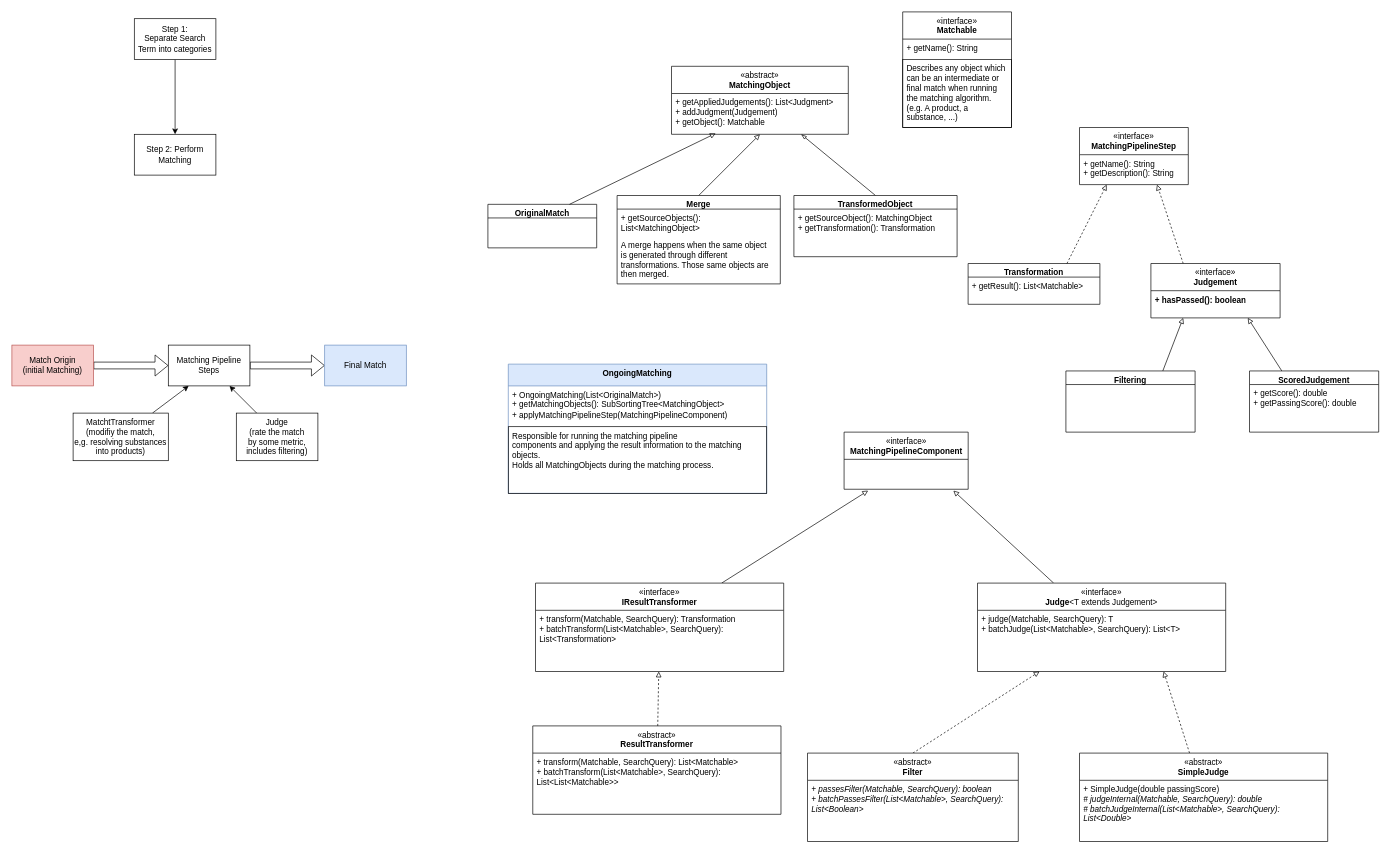
Earlier version of the draw.io diagram doc/Unstructured Structure Planning.drawio (medizininformatik-initiative/Medication-Graph-FHIR-Converter). Source tidied: cells renumbered, new cells numbered last; positions are measured from the earlier drawing's top-left corner, leaving out a move shared by most shapes. Both pictures are drawn from the tidied source at 68%, with x=0, y=0 at pixel (12, 12).
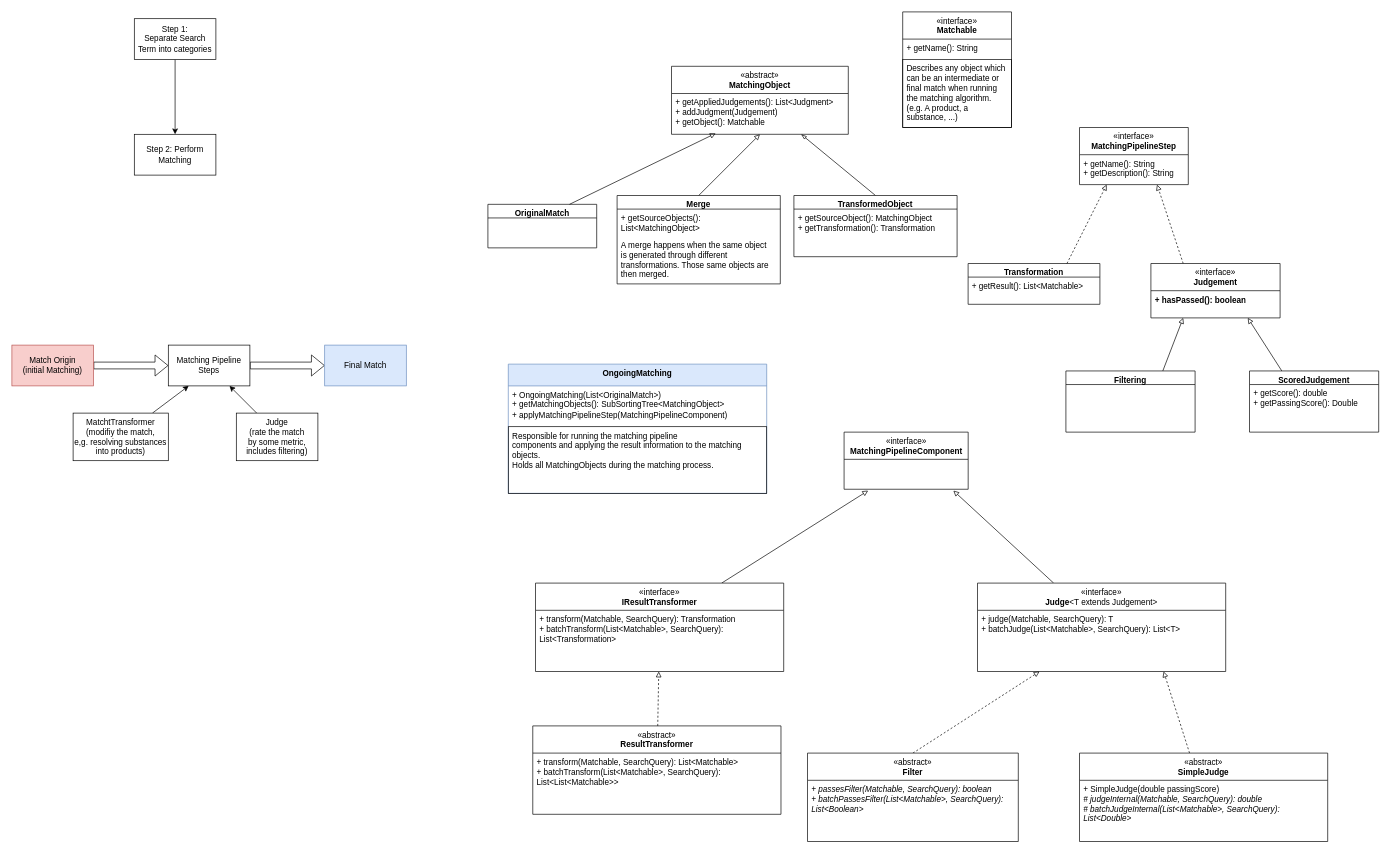
After the change.

Unchanged cells that the change refers to:
```xml
<mxCell id="24" value="ScoredJudgement" style="swimlane;fontStyle=1;align=center;verticalAlign=top;horizontal=1;startSize=20;whiteSpace=wrap;html=1;" parent="1" vertex="1">
  <mxGeometry x="1820" y="528" width="190" height="90" as="geometry" />
</mxCell>
```

What changed in the source:
```diff
@@
-    <mxCell id="25" value="+ getScore(): double&lt;br&gt;&lt;div&gt;+ getPassingScore(): double&lt;/div&gt;" style="text;strokeColor=none;fillColor=none;align=left;verticalAlign=top;spacingLeft=4;spacingRight=4;overflow=hidden;whiteSpace=wrap;html=1;" parent="24" vertex="1">
+    <mxCell id="25" value="+ getScore(): double&lt;br&gt;&lt;div&gt;+ getPassingScore(): Double&lt;/div&gt;" style="text;strokeColor=none;fillColor=none;align=left;verticalAlign=top;spacingLeft=4;spacingRight=4;overflow=hidden;whiteSpace=wrap;html=1;" parent="24" vertex="1">
       <mxGeometry y="20" width="190" height="70" as="geometry" />
     </mxCell>
```
